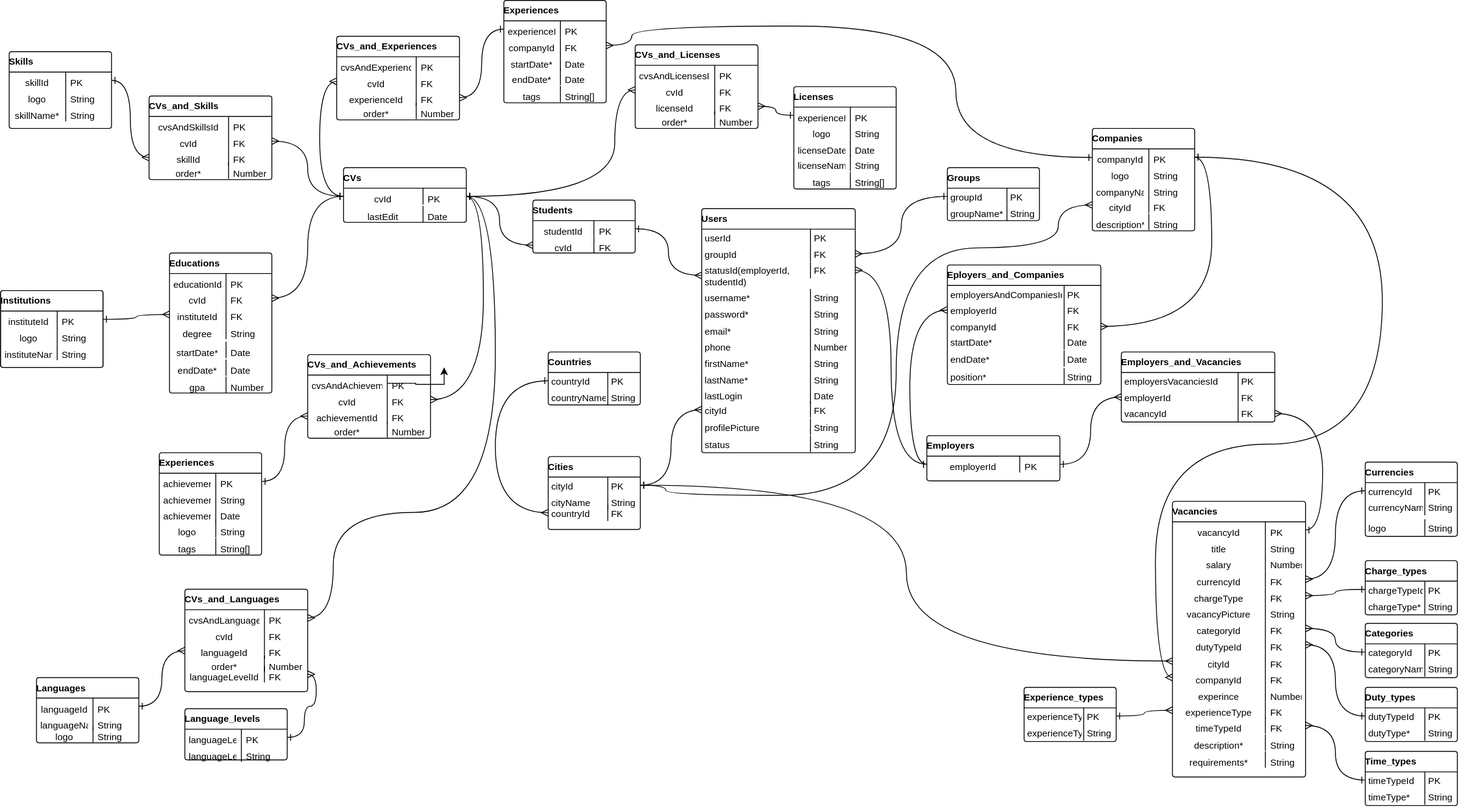
Above: docs/drawio/MentorshipDatabase.drawio.svg in Mentor-ship/Mentorship (draw.io), before the change. Source tidied: cells renumbered, new cells last; positions are measured from the earlier drawing's top-left corner, leaving out a move shared by most shapes.
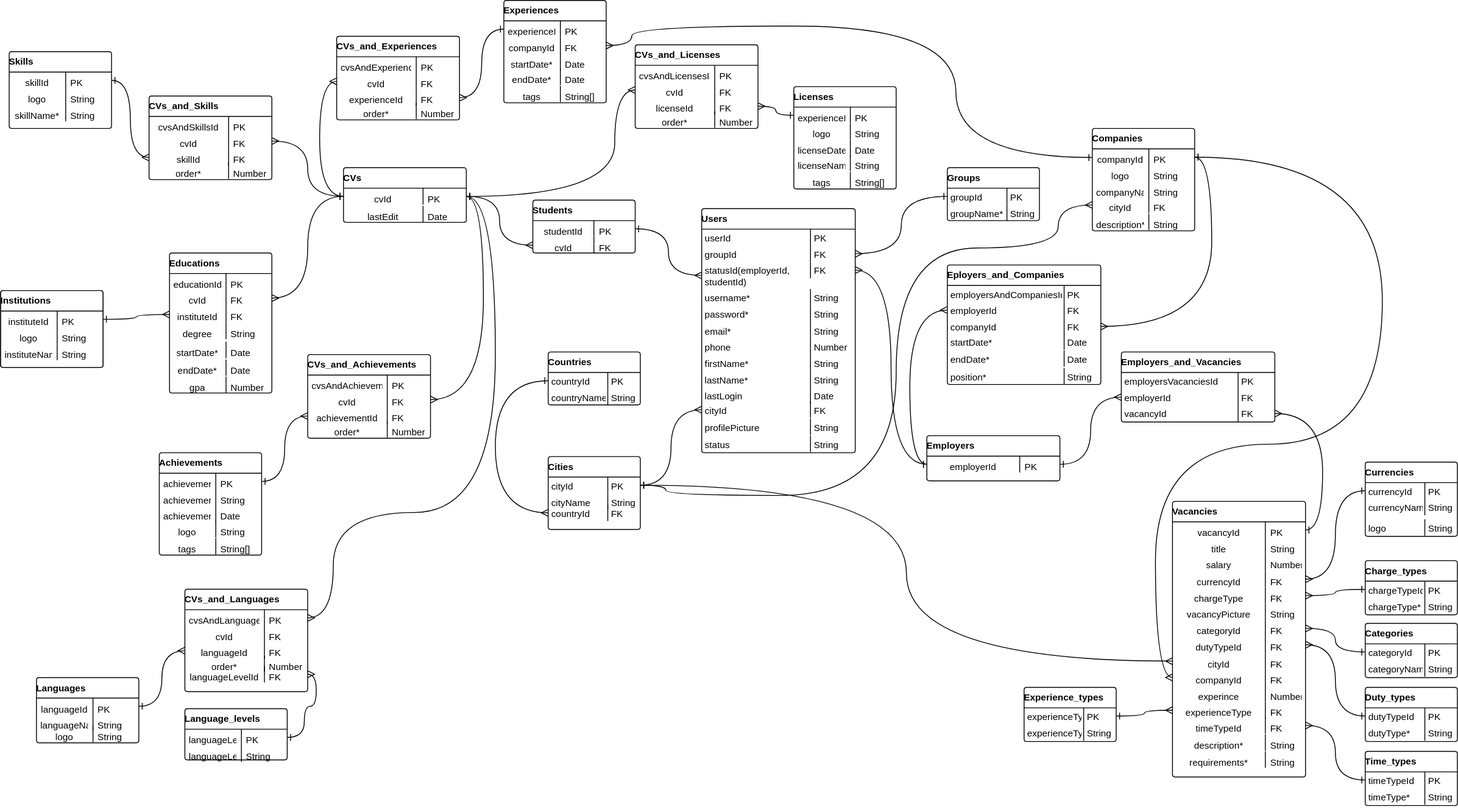
After the change.

The edit, as a diff of the source:
```diff
@@ -538,7 +538,7 @@
     <mxCell id="178" value="Number" style="shape=partialRectangle;top=0;right=0;bottom=0;align=left;verticalAlign=top;spacingLeft=4;spacingRight=4;overflow=hidden;html=1;swimlaneFillColor=#ffffff;fontSize=11;fillColor=none;strokeOpacity=100;fillOpacity=100;" parent="170" vertex="1">
       <mxGeometry x="93.3" y="78" width="50.7" height="19.2" as="geometry" />
     </mxCell>
-    <mxCell id="179" value="Experiences" style="html=1;overflow=block;whiteSpace=wrap;swimlane;swimlaneFillColor=#ffffff;startSize=24;whiteSpace=wrap;fontSize=11;fontColor=#000000;align=left;fillColor=#ffffff;whiteSpace=wrap;spacing=0;strokeOpacity=100;fillOpacity=100;rounded=1;absoluteArcSize=1;arcSize=6;whiteSpace=wrap;whiteSpace=wrap;whiteSpace=wrap;whiteSpace=wrap;" parent="1" vertex="1">
+    <mxCell id="179" value="Achievements" style="html=1;overflow=block;whiteSpace=wrap;swimlane;swimlaneFillColor=#ffffff;startSize=24;whiteSpace=wrap;fontSize=11;fontColor=#000000;align=left;fillColor=#ffffff;whiteSpace=wrap;spacing=0;strokeOpacity=100;fillOpacity=100;rounded=1;absoluteArcSize=1;arcSize=6;whiteSpace=wrap;whiteSpace=wrap;whiteSpace=wrap;whiteSpace=wrap;" parent="1" vertex="1">
       <mxGeometry x="186" y="530" width="120" height="120" as="geometry" />
     </mxCell>
     <mxCell id="180" value="achievementId" style="strokeColor=none;align=center;verticalAlign=top;spacingLeft=4;spacingRight=4;overflow=hidden;html=1;swimlaneFillColor=#ffffff;fontSize=11;fontColor=#000000;fillColor=none;strokeOpacity=100;fillOpacity=100;" parent="179" vertex="1">
@@ -985,10 +985,5 @@
     <mxCell id="313" style="edgeStyle=orthogonalEdgeStyle;curved=1;rounded=0;jettySize=auto;html=1;startArrow=ERmany;startFill=0;endArrow=ERone;endFill=0;" parent="1" edge="1" source="82" target="309">
       <mxGeometry relative="1" as="geometry" />
     </mxCell>
-    <mxCell id="314" style="edgeStyle=orthogonalEdgeStyle;rounded=0;jettySize=auto;html=1;" parent="1" edge="1" source="171">
-      <mxGeometry relative="1" as="geometry">
-        <mxPoint x="520" y="430" as="targetPoint" />
-      </mxGeometry>
-    </mxCell>
   </root>
 </mxGraphModel>
```
